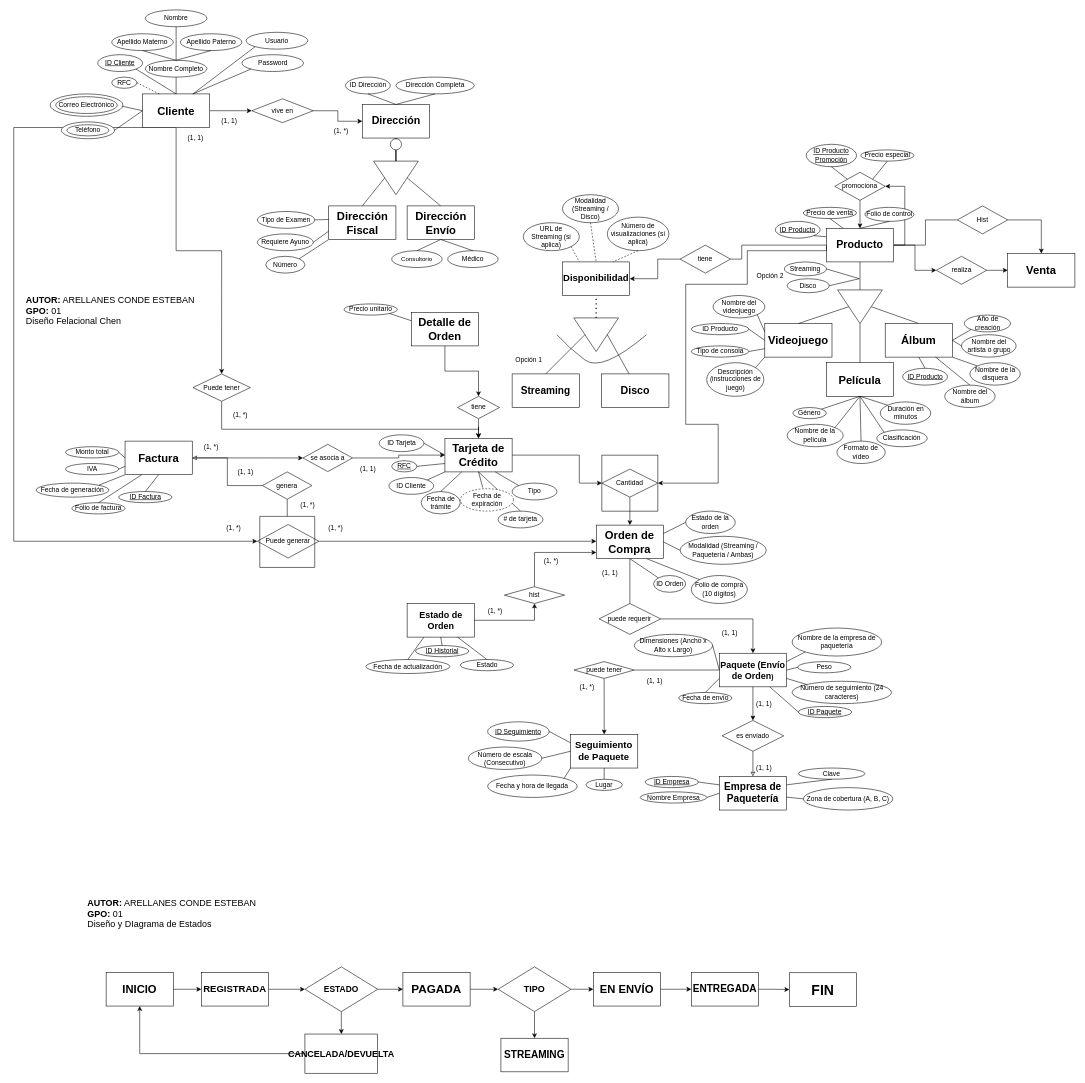
Above: P6.drawio in EstebanArellanesConde/Dise-os-E-R-Bases (draw.io), before the change. Source tidied: cells renumbered, new cells numbered last; positions are measured from the earlier drawing's top-left corner, leaving out a move shared by most shapes. Both pictures are drawn from the tidied source at 56%, with x=0, y=0 at pixel (13, 10).
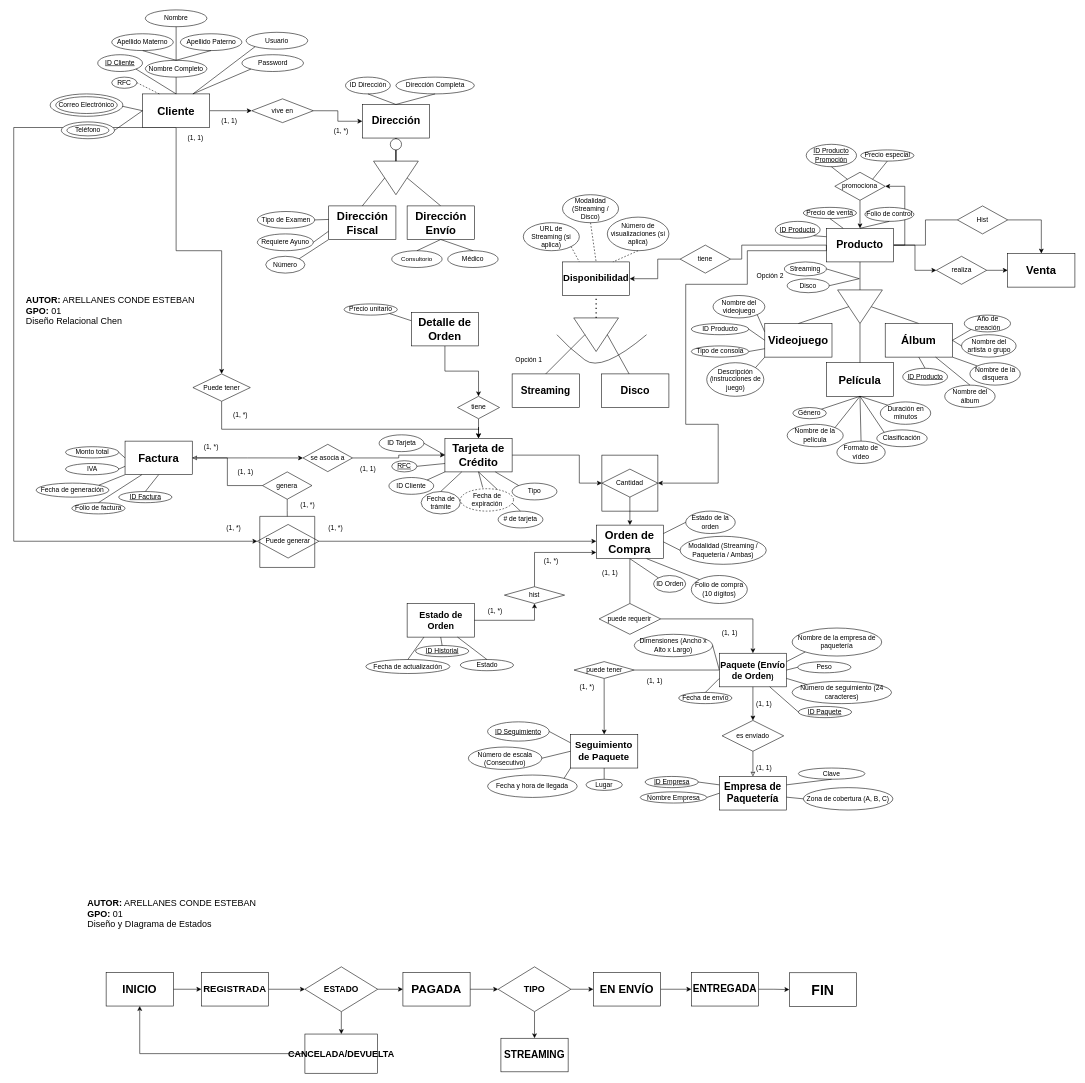
The same page after the edit.

The edit, as a diff of the source:
```diff
@@
-    <mxCell id="164" value="&lt;font style=&quot;font-size: 16px;&quot;&gt;&lt;b&gt;AUTOR:&lt;/b&gt; ARELLANES CONDE ESTEBAN&lt;br&gt;&lt;/font&gt;&lt;div&gt;&lt;font style=&quot;font-size: 16px;&quot;&gt;&lt;b&gt;GPO:&lt;/b&gt; 01&lt;/font&gt;&lt;/div&gt;&lt;div&gt;&lt;font style=&quot;font-size: 16px;&quot;&gt;Diseño Felacional Chen&lt;/font&gt;&lt;/div&gt;" style="text;whiteSpace=wrap;html=1;" parent="1" vertex="1">
+    <mxCell id="164" value="&lt;font style=&quot;font-size: 16px;&quot;&gt;&lt;b&gt;AUTOR:&lt;/b&gt; ARELLANES CONDE ESTEBAN&lt;br&gt;&lt;/font&gt;&lt;div&gt;&lt;font style=&quot;font-size: 16px;&quot;&gt;&lt;b&gt;GPO:&lt;/b&gt; 01&lt;/font&gt;&lt;/div&gt;&lt;div&gt;&lt;font style=&quot;font-size: 16px;&quot;&gt;Diseño Relacional Chen&lt;/font&gt;&lt;/div&gt;" style="text;whiteSpace=wrap;html=1;" parent="1" vertex="1">
       <mxGeometry x="20" y="501.5" width="330" height="78.8" as="geometry" />
     </mxCell>
```
